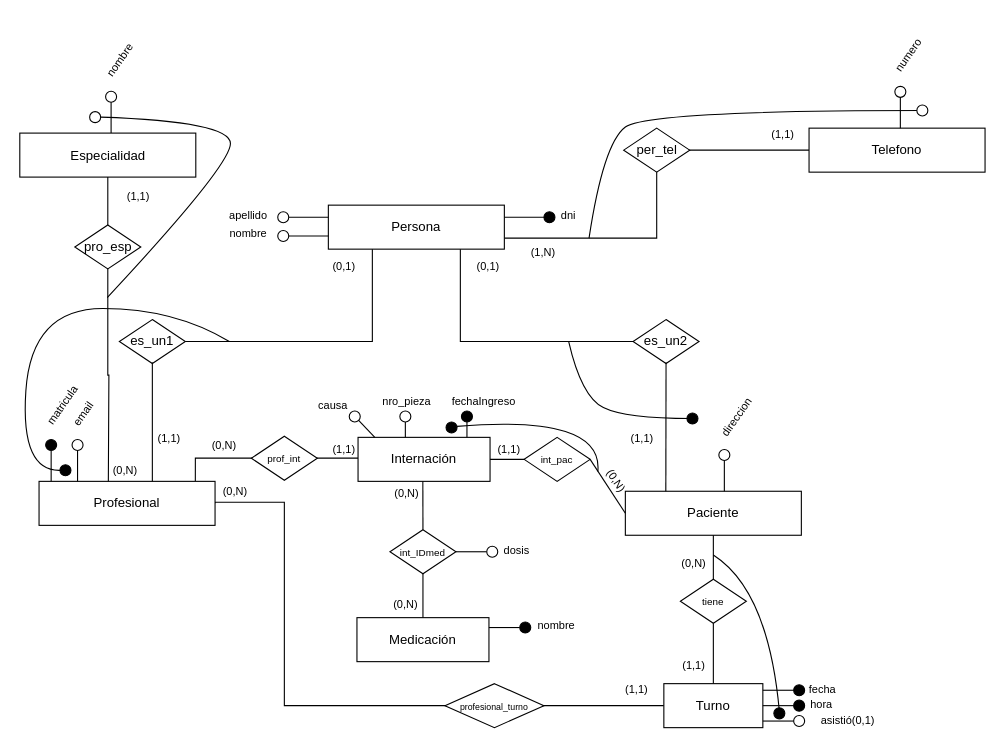
Earlier version of the draw.io diagram Parciales/p1/logico.drawio (gonblas/bd). Source tidied: cells renumbered, new cells numbered last; positions are measured from the earlier drawing's top-left corner, leaving out a move shared by most shapes. Both pictures are drawn from the tidied source at 110%, with x=0, y=0 at pixel (20, 38).
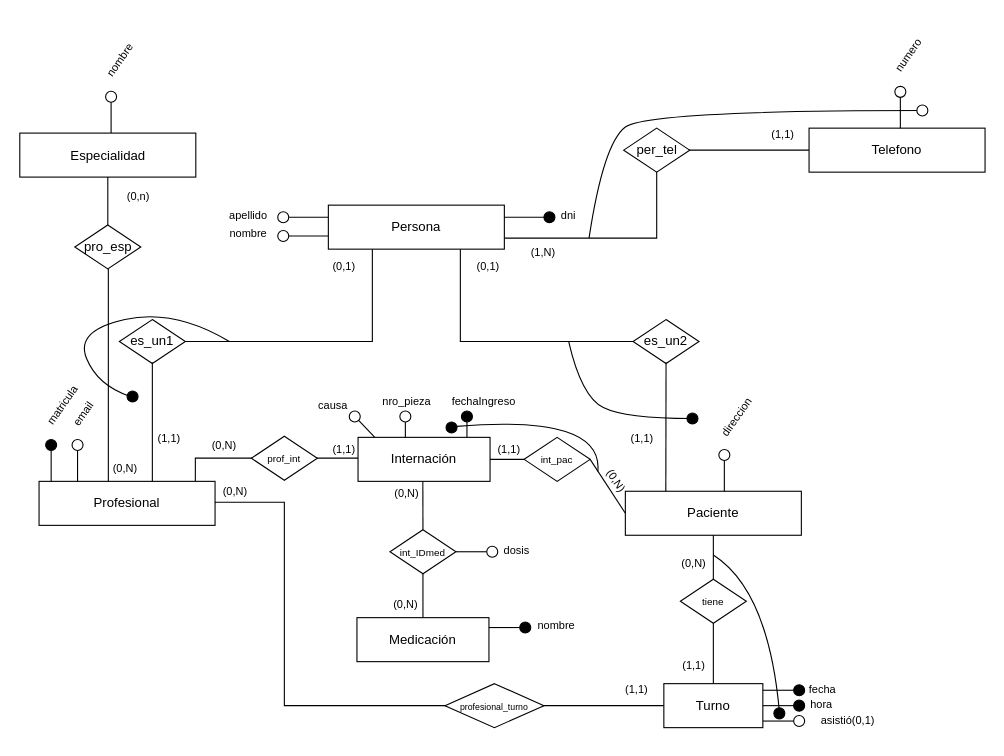
After the change.

Commit message (it also covers changes not shown here):
Gracias pola por iluminarme

The change refers to these unchanged cells:
```xml
<mxCell id="102" value="pro_esp" style="rhombus;whiteSpace=wrap;html=1;" parent="1" vertex="1">
  <mxGeometry x="49.5" y="169" width="60" height="40" as="geometry" />
</mxCell>
```

Diff of the diagram source:
```diff
@@
-    <mxCell id="99" value="&lt;font style=&quot;font-size: 10px;&quot;&gt;(1,1)&lt;/font&gt;" style="text;html=1;align=center;verticalAlign=middle;strokeColor=none;fillColor=none;" parent="1" vertex="1">
+    <mxCell id="99" value="&lt;font style=&quot;font-size: 10px;&quot;&gt;(0,n)&lt;/font&gt;" style="text;html=1;align=center;verticalAlign=middle;strokeColor=none;fillColor=none;" parent="1" vertex="1">
       <mxGeometry x="82" y="128" width="50" height="30" as="geometry" />
     </mxCell>
-    <mxCell id="100" style="ellipse;whiteSpace=wrap;html=1;rotation=90;fillColor=light-dark(#FFFFFF,#FFFFFF);" parent="1" vertex="1">
-      <mxGeometry x="63" y="66" width="10" height="10" as="geometry" />
-    </mxCell>
@@
     <mxCell id="103" style="edgeStyle=orthogonalEdgeStyle;rounded=0;jettySize=auto;html=1;endArrow=none;startFill=0;exitX=0.5;exitY=1;exitDx=0;exitDy=0;" parent="1" edge="1" source="102">
       <mxGeometry relative="1" as="geometry">
         <mxPoint x="80" y="402" as="targetPoint" />
+        <Array as="points">
+          <mxPoint x="80" y="402" />
+        </Array>
       </mxGeometry>
     </mxCell>
     <mxCell id="104" value="&lt;font style=&quot;font-size: 10px;&quot;&gt;(0,N)&lt;/font&gt;" style="text;html=1;align=center;verticalAlign=middle;strokeColor=none;fillColor=none;" parent="1" vertex="1">
-      <mxGeometry x="69.5" y="377" width="50" height="30" as="geometry" />
+      <mxGeometry x="70" y="375" width="50" height="30" as="geometry" />
     </mxCell>
-    <mxCell id="105" style="curved=1;endArrow=none;html=1;rounded=0;startFill=0;" parent="1" edge="1">
-      <mxGeometry relative="1" as="geometry">
-        <mxPoint x="79" y="235" as="sourcePoint" />
-        <mxPoint x="73" y="71" as="targetPoint" />
-        <Array as="points">
-          <mxPoint x="191" y="115" />
-          <mxPoint x="191" y="75" />
-        </Array>
-      </mxGeometry>
-    </mxCell>
@@
     <mxCell id="120" style="curved=1;endArrow=none;html=1;rounded=0;startFill=0;" parent="1" edge="1">
       <mxGeometry relative="1" as="geometry">
         <mxPoint x="190" y="275" as="sourcePoint" />
-        <mxPoint x="38" y="392" as="targetPoint" />
+        <mxPoint x="100" y="325" as="targetPoint" />
         <Array as="points">
           <mxPoint x="140" y="245" />
-          <mxPoint x="10" y="245" />
-          <mxPoint y="395" />
+          <mxPoint x="50" y="265" />
+          <mxPoint x="70" y="315" />
         </Array>
       </mxGeometry>
     </mxCell>
     <mxCell id="121" style="ellipse;whiteSpace=wrap;html=1;rotation=90;labelBackgroundColor=none;fillColor=#000000;" parent="1" vertex="1">
-      <mxGeometry x="36" y="387" width="10" height="10" as="geometry" />
+      <mxGeometry x="97" y="320" width="10" height="10" as="geometry" />
     </mxCell>
```
